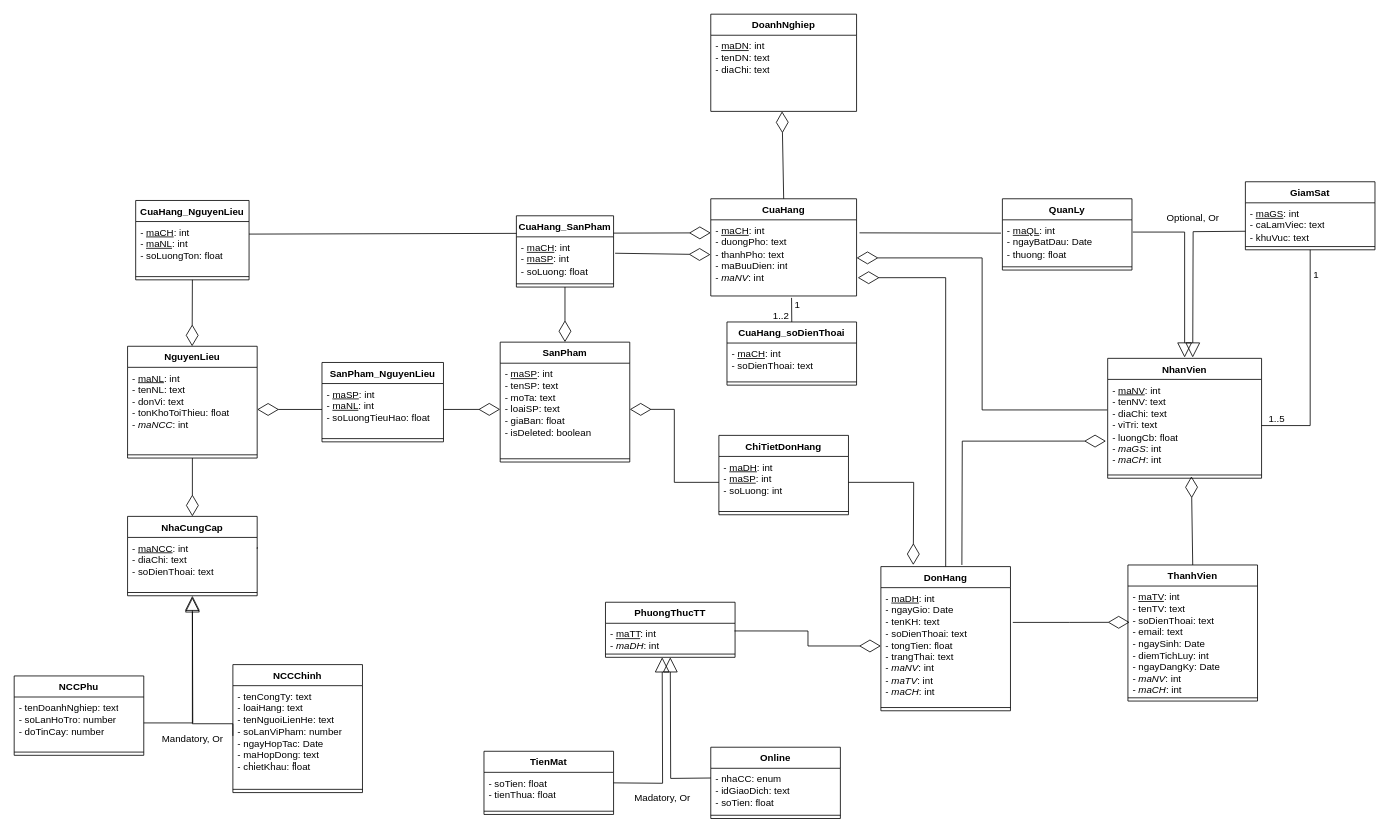
The draw.io diagram coffeeShop.drawio in holedev/ths-csdl, before the edit. Source tidied: cells renumbered, new cells numbered last; positions are measured from the earlier drawing's top-left corner, leaving out a move shared by most shapes. Both pictures are drawn from the tidied source at 81%, with x=0, y=0 at pixel (14, 14).
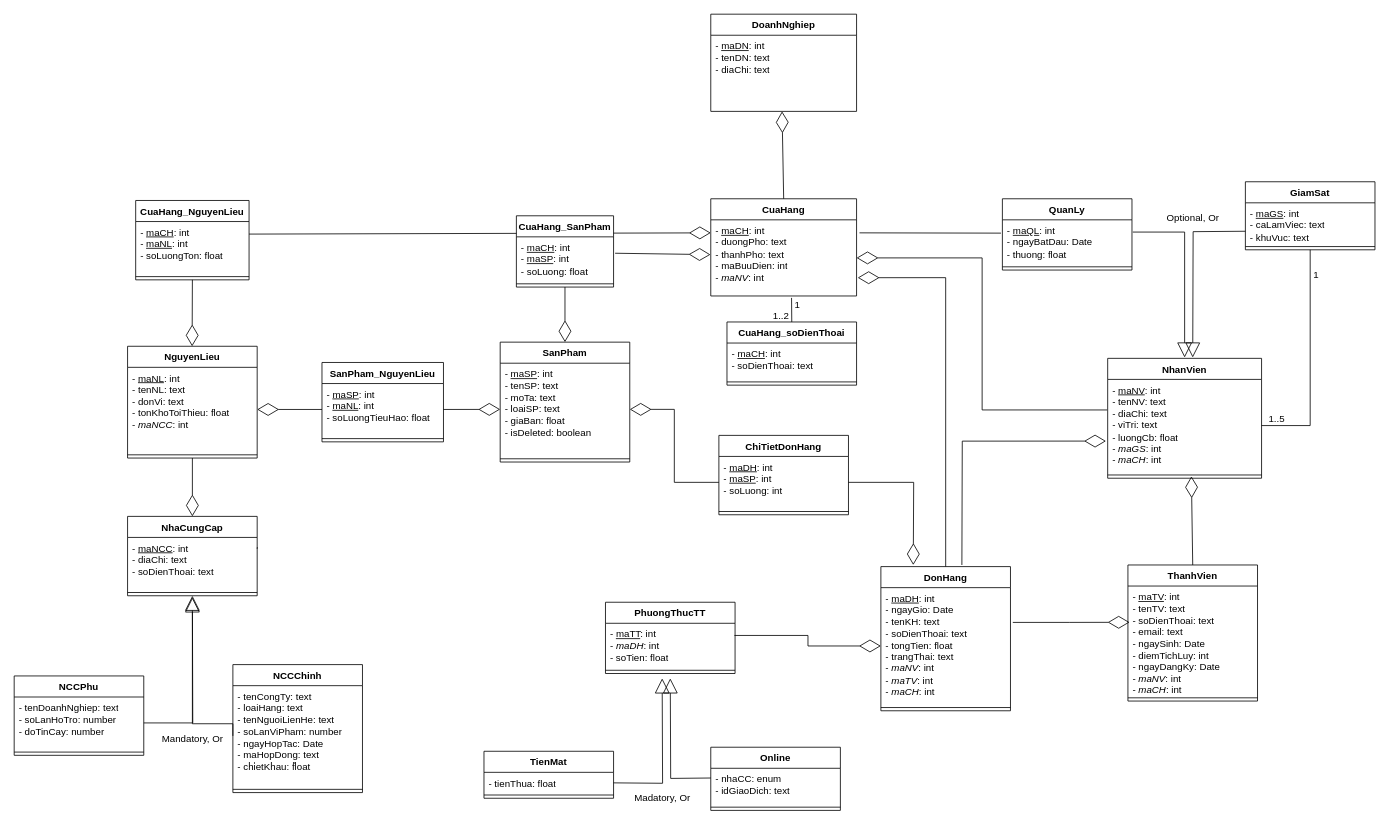
The same diagram, later.

The edit, as a diff of the source:
```diff
@@
     <mxCell id="78" value="PhuongThucTT" style="swimlane;fontStyle=1;align=center;verticalAlign=top;horizontal=1;startSize=26;whiteSpace=wrap;html=1;" parent="1" vertex="1">
-      <mxGeometry x="730" y="726" width="160" height="68" as="geometry" />
+      <mxGeometry x="730" y="726" width="160" height="88" as="geometry" />
     </mxCell>
-    <mxCell id="79" value="- &lt;u&gt;maTT&lt;/u&gt;: int&lt;div&gt;- &lt;i&gt;maDH&lt;/i&gt;: int&lt;br&gt;&lt;div&gt;&lt;br&gt;&lt;/div&gt;&lt;/div&gt;" style="text;strokeColor=none;fillColor=none;align=left;verticalAlign=top;spacingLeft=4;spacingRight=4;overflow=hidden;points=[[0,0.5],[1,0.5]];portConstraint=eastwest;whiteSpace=wrap;html=1;" parent="78" vertex="1">
-      <mxGeometry y="26" width="160" height="34" as="geometry" />
+    <mxCell id="79" value="- &lt;u&gt;maTT&lt;/u&gt;: int&lt;div&gt;- &lt;i&gt;maDH&lt;/i&gt;: int&lt;br&gt;&lt;div&gt;- soTien: float&lt;/div&gt;&lt;/div&gt;" style="text;strokeColor=none;fillColor=none;align=left;verticalAlign=top;spacingLeft=4;spacingRight=4;overflow=hidden;points=[[0,0.5],[1,0.5]];portConstraint=eastwest;whiteSpace=wrap;html=1;" parent="78" vertex="1">
+      <mxGeometry y="26" width="160" height="54" as="geometry" />
     </mxCell>
     <mxCell id="80" style="line;strokeWidth=1;fillColor=none;align=left;verticalAlign=middle;spacingTop=-1;spacingLeft=3;spacingRight=3;labelPosition=right;strokeColor=inherit;" parent="78" vertex="1">
-      <mxGeometry y="60" width="160" height="8" as="geometry" />
+      <mxGeometry y="80" width="160" height="8" as="geometry" />
     </mxCell>
     <mxCell id="81" value="TienMat" style="swimlane;fontStyle=1;align=center;verticalAlign=top;horizontal=1;startSize=26;whiteSpace=wrap;html=1;" parent="1" vertex="1">
-      <mxGeometry x="580" y="910" width="160" height="78" as="geometry" />
+      <mxGeometry x="580" y="910" width="160" height="58" as="geometry" />
     </mxCell>
-    <mxCell id="82" value="&lt;div&gt;- soTien: float&lt;/div&gt;&lt;div&gt;- tienThua: float&lt;br&gt;&lt;div&gt;&lt;br&gt;&lt;/div&gt;&lt;/div&gt;" style="text;strokeColor=none;fillColor=none;align=left;verticalAlign=top;spacingLeft=4;spacingRight=4;overflow=hidden;whiteSpace=wrap;html=1;" parent="81" vertex="1">
-      <mxGeometry y="26" width="160" height="44" as="geometry" />
+    <mxCell id="82" value="&lt;div&gt;&lt;span style=&quot;background-color: transparent; color: light-dark(rgb(0, 0, 0), rgb(255, 255, 255));&quot;&gt;- tienThua: float&lt;/span&gt;&lt;/div&gt;&lt;div&gt;&lt;div&gt;&lt;br&gt;&lt;/div&gt;&lt;/div&gt;" style="text;strokeColor=none;fillColor=none;align=left;verticalAlign=top;spacingLeft=4;spacingRight=4;overflow=hidden;whiteSpace=wrap;html=1;" parent="81" vertex="1">
+      <mxGeometry y="26" width="160" height="24" as="geometry" />
     </mxCell>
     <mxCell id="83" style="line;strokeWidth=1;fillColor=none;align=left;verticalAlign=middle;spacingTop=-1;spacingLeft=3;spacingRight=3;labelPosition=right;strokeColor=inherit;" parent="81" vertex="1">
-      <mxGeometry y="70" width="160" height="8" as="geometry" />
+      <mxGeometry y="50" width="160" height="8" as="geometry" />
     </mxCell>
     <mxCell id="84" value="Online" style="swimlane;fontStyle=1;align=center;verticalAlign=top;horizontal=1;startSize=26;whiteSpace=wrap;html=1;" parent="1" vertex="1">
-      <mxGeometry x="860" y="905" width="160" height="88" as="geometry" />
+      <mxGeometry x="860" y="905" width="160" height="78" as="geometry" />
     </mxCell>
-    <mxCell id="85" value="&lt;div&gt;- nhaCC: enum&lt;/div&gt;&lt;div&gt;- idGiaoDich: text&lt;br&gt;&lt;div&gt;- soTien: float&lt;/div&gt;&lt;/div&gt;" style="text;strokeColor=none;fillColor=none;align=left;verticalAlign=top;spacingLeft=4;spacingRight=4;overflow=hidden;whiteSpace=wrap;html=1;" parent="84" vertex="1">
-      <mxGeometry y="26" width="160" height="54" as="geometry" />
+    <mxCell id="85" value="&lt;div&gt;- nhaCC: enum&lt;/div&gt;&lt;div&gt;- idGiaoDich: text&lt;/div&gt;" style="text;strokeColor=none;fillColor=none;align=left;verticalAlign=top;spacingLeft=4;spacingRight=4;overflow=hidden;whiteSpace=wrap;html=1;" parent="84" vertex="1">
+      <mxGeometry y="26" width="160" height="44" as="geometry" />
     </mxCell>
     <mxCell id="86" style="line;strokeWidth=1;fillColor=none;align=left;verticalAlign=middle;spacingTop=-1;spacingLeft=3;spacingRight=3;labelPosition=right;strokeColor=inherit;" parent="84" vertex="1">
-      <mxGeometry y="80" width="160" height="8" as="geometry" />
+      <mxGeometry y="70" width="160" height="8" as="geometry" />
     </mxCell>
     <mxCell id="87" style="endArrow=block;endSize=16;endFill=0;html=1;rounded=0;edgeStyle=orthogonalEdgeStyle;exitX=1;exitY=0.5;exitDx=0;exitDy=0;" parent="1" edge="1">
       <mxGeometry x="0.12" y="35" relative="1" as="geometry">
         <mxPoint x="740" y="949" as="sourcePoint" />
-        <mxPoint x="800" y="794" as="targetPoint" />
+        <mxPoint x="800" y="820" as="targetPoint" />
       </mxGeometry>
     </mxCell>
     <mxCell id="88" style="endArrow=block;endSize=16;endFill=0;html=1;rounded=0;edgeStyle=orthogonalEdgeStyle;exitX=0;exitY=0.5;exitDx=0;exitDy=0;" parent="1" edge="1">
       <mxGeometry x="0.12" y="35" relative="1" as="geometry">
         <mxPoint x="860" y="943" as="sourcePoint" />
-        <mxPoint x="810" y="794" as="targetPoint" />
+        <mxPoint x="810" y="820" as="targetPoint" />
       </mxGeometry>
     </mxCell>
```
